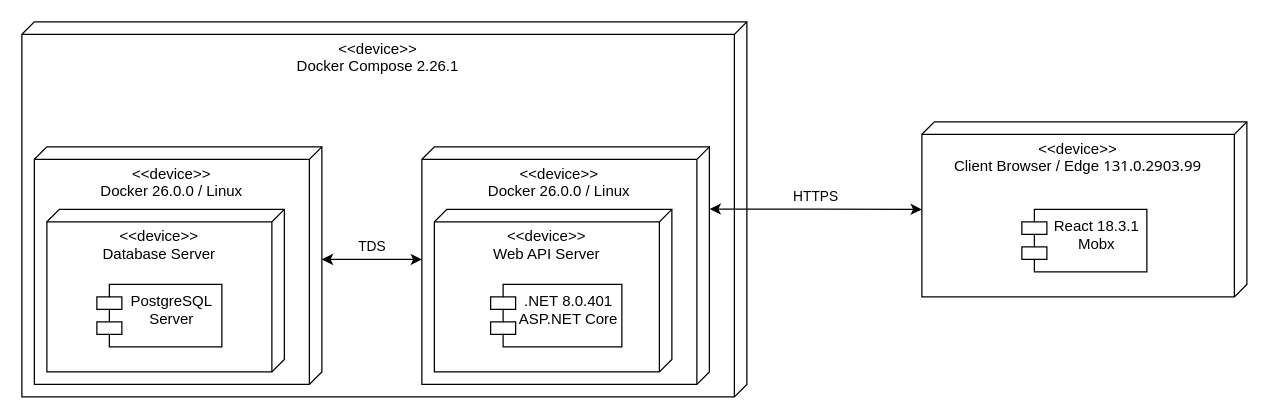
This is DEPLOY.drawio from DioMain/BYTUBE, a draw.io file, before an edit. Source tidied: cells renumbered, new cells numbered last; positions are measured from the earlier drawing's top-left corner, leaving out a move shared by most shapes. Both pictures are drawn from the tidied source at 125%, with x=0, y=0 at pixel (21, 21).
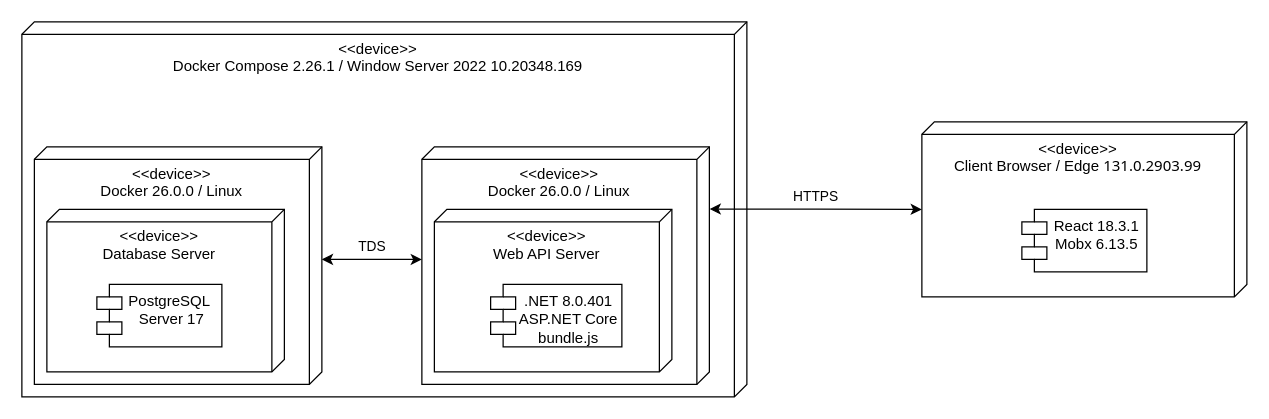
The same page after the edit.

The edit, as a diff of the source:
```diff
@@
 <mxGraphModel>
   <root>
     <mxCell id="0" />
     <mxCell id="1" parent="0" />
-    <mxCell id="2" value="&lt;font style=&quot;font-size: 12px;&quot;&gt;&amp;lt;&amp;lt;device&amp;gt;&amp;gt;&lt;/font&gt;&lt;div style=&quot;&quot;&gt;Docker Compose 2.26.1&lt;/div&gt;" style="verticalAlign=top;align=center;spacingTop=8;spacingLeft=2;spacingRight=12;shape=cube;size=10;direction=south;fontStyle=0;html=1;whiteSpace=wrap;" parent="1" vertex="1">
+    <mxCell id="2" value="&lt;font style=&quot;font-size: 12px;&quot;&gt;&amp;lt;&amp;lt;device&amp;gt;&amp;gt;&lt;/font&gt;&lt;div style=&quot;&quot;&gt;Docker Compose 2.26.1 / Window Server 2022 10.20348.169&lt;/div&gt;" style="verticalAlign=top;align=center;spacingTop=8;spacingLeft=2;spacingRight=12;shape=cube;size=10;direction=south;fontStyle=0;html=1;whiteSpace=wrap;" parent="1" vertex="1">
       <mxGeometry width="580" height="300" as="geometry" />
     </mxCell>
     <mxCell id="3" value="&lt;font style=&quot;font-size: 12px;&quot;&gt;&amp;lt;&amp;lt;device&amp;gt;&amp;gt;&lt;/font&gt;&lt;div style=&quot;&quot;&gt;Docker 26.0.0 / Linux&lt;/div&gt;" style="verticalAlign=top;align=center;spacingTop=8;spacingLeft=2;spacingRight=12;shape=cube;size=10;direction=south;fontStyle=0;html=1;whiteSpace=wrap;" parent="1" vertex="1">
       <mxGeometry x="10" y="100" width="230" height="190" as="geometry" />
     </mxCell>
     <mxCell id="4" value="&lt;font style=&quot;font-size: 12px;&quot;&gt;&amp;lt;&amp;lt;device&amp;gt;&amp;gt;&lt;/font&gt;&lt;div style=&quot;&quot;&gt;Database Server&lt;/div&gt;" style="verticalAlign=top;align=center;spacingTop=8;spacingLeft=2;spacingRight=12;shape=cube;size=10;direction=south;fontStyle=0;html=1;whiteSpace=wrap;" parent="1" vertex="1">
       <mxGeometry x="20" y="150" width="190" height="130" as="geometry" />
     </mxCell>
-    <mxCell id="5" value="PostgreSQL&lt;div&gt;Server&lt;/div&gt;" style="shape=module;align=left;spacingLeft=20;align=center;verticalAlign=top;whiteSpace=wrap;html=1;" parent="1" vertex="1">
+    <mxCell id="5" value="PostgreSQL&amp;nbsp;&lt;div&gt;Server 17&lt;/div&gt;" style="shape=module;align=left;spacingLeft=20;align=center;verticalAlign=top;whiteSpace=wrap;html=1;" parent="1" vertex="1">
       <mxGeometry x="60" y="210" width="100" height="50" as="geometry" />
     </mxCell>
     <mxCell id="6" value="&lt;font style=&quot;font-size: 12px;&quot;&gt;&amp;lt;&amp;lt;device&amp;gt;&amp;gt;&lt;/font&gt;&lt;div style=&quot;&quot;&gt;Docker 26.0.0 / Linux&lt;/div&gt;" style="verticalAlign=top;align=center;spacingTop=8;spacingLeft=2;spacingRight=12;shape=cube;size=10;direction=south;fontStyle=0;html=1;whiteSpace=wrap;" parent="1" vertex="1">
       <mxGeometry x="320" y="100" width="230" height="190" as="geometry" />
     </mxCell>
     <mxCell id="7" value="&lt;font style=&quot;font-size: 12px;&quot;&gt;&amp;lt;&amp;lt;device&amp;gt;&amp;gt;&lt;/font&gt;&lt;div style=&quot;&quot;&gt;Web API Server&lt;/div&gt;" style="verticalAlign=top;align=center;spacingTop=8;spacingLeft=2;spacingRight=12;shape=cube;size=10;direction=south;fontStyle=0;html=1;whiteSpace=wrap;" parent="1" vertex="1">
       <mxGeometry x="330" y="150" width="190" height="130" as="geometry" />
     </mxCell>
-    <mxCell id="8" value=".NET 8.0.401&lt;div&gt;ASP.NET Core&lt;/div&gt;" style="shape=module;align=left;spacingLeft=20;align=center;verticalAlign=top;whiteSpace=wrap;html=1;" parent="1" vertex="1">
+    <mxCell id="8" value=".NET 8.0.401&lt;div&gt;ASP.NET Core&lt;br&gt;bundle.js&lt;br&gt;&lt;/div&gt;" style="shape=module;align=left;spacingLeft=20;align=center;verticalAlign=top;whiteSpace=wrap;html=1;" parent="1" vertex="1">
       <mxGeometry x="375" y="210" width="105" height="50" as="geometry" />
     </mxCell>
     <mxCell id="9" value="TDS" style="edgeStyle=orthogonalEdgeStyle;rounded=0;jettySize=auto;html=1;exitX=0;exitY=0;exitDx=90;exitDy=0;exitPerimeter=0;entryX=0.474;entryY=1;entryDx=0;entryDy=0;entryPerimeter=0;startArrow=classic;startFill=1;" parent="1" edge="1" source="3" target="6">
       <mxGeometry y="-10" relative="1" as="geometry">
         <mxPoint y="-20" as="offset" />
       </mxGeometry>
     </mxCell>
     <mxCell id="10" value="&lt;font style=&quot;font-size: 12px;&quot;&gt;&amp;lt;&amp;lt;device&amp;gt;&amp;gt;&lt;/font&gt;&lt;div style=&quot;&quot;&gt;Client Browser / Edge&amp;nbsp;&lt;span style=&quot;font-family: &amp;quot;system-ui&amp;quot;, sans-serif; text-align: start; background-color: rgb(255, 255, 255);&quot;&gt;131.0.2903.99&lt;/span&gt;&lt;/div&gt;" style="verticalAlign=top;align=center;spacingTop=8;spacingLeft=2;spacingRight=12;shape=cube;size=10;direction=south;fontStyle=0;html=1;whiteSpace=wrap;" parent="1" vertex="1">
       <mxGeometry x="720" y="80" width="260" height="140" as="geometry" />
     </mxCell>
-    <mxCell id="11" value="React 18.3.1&lt;div&gt;Mobx&lt;/div&gt;" style="shape=module;align=left;spacingLeft=20;align=center;verticalAlign=top;whiteSpace=wrap;html=1;" parent="1" vertex="1">
+    <mxCell id="11" value="React 18.3.1&lt;div&gt;Mobx 6.13.5&lt;/div&gt;" style="shape=module;align=left;spacingLeft=20;align=center;verticalAlign=top;whiteSpace=wrap;html=1;" parent="1" vertex="1">
       <mxGeometry x="800" y="150" width="100" height="50" as="geometry" />
     </mxCell>
     <mxCell id="12" value="HTTPS" style="edgeStyle=orthogonalEdgeStyle;shape=connector;rounded=0;jettySize=auto;html=1;strokeColor=default;align=center;verticalAlign=middle;fontFamily=Helvetica;fontSize=11;fontColor=default;labelBackgroundColor=default;startArrow=classic;startFill=1;endArrow=classic;exitX=0.262;exitY=-0.001;exitDx=0;exitDy=0;exitPerimeter=0;" parent="1" edge="1" source="6" target="10">
       <mxGeometry y="10" relative="1" as="geometry" />
     </mxCell>
   </root>
 </mxGraphModel>
```
